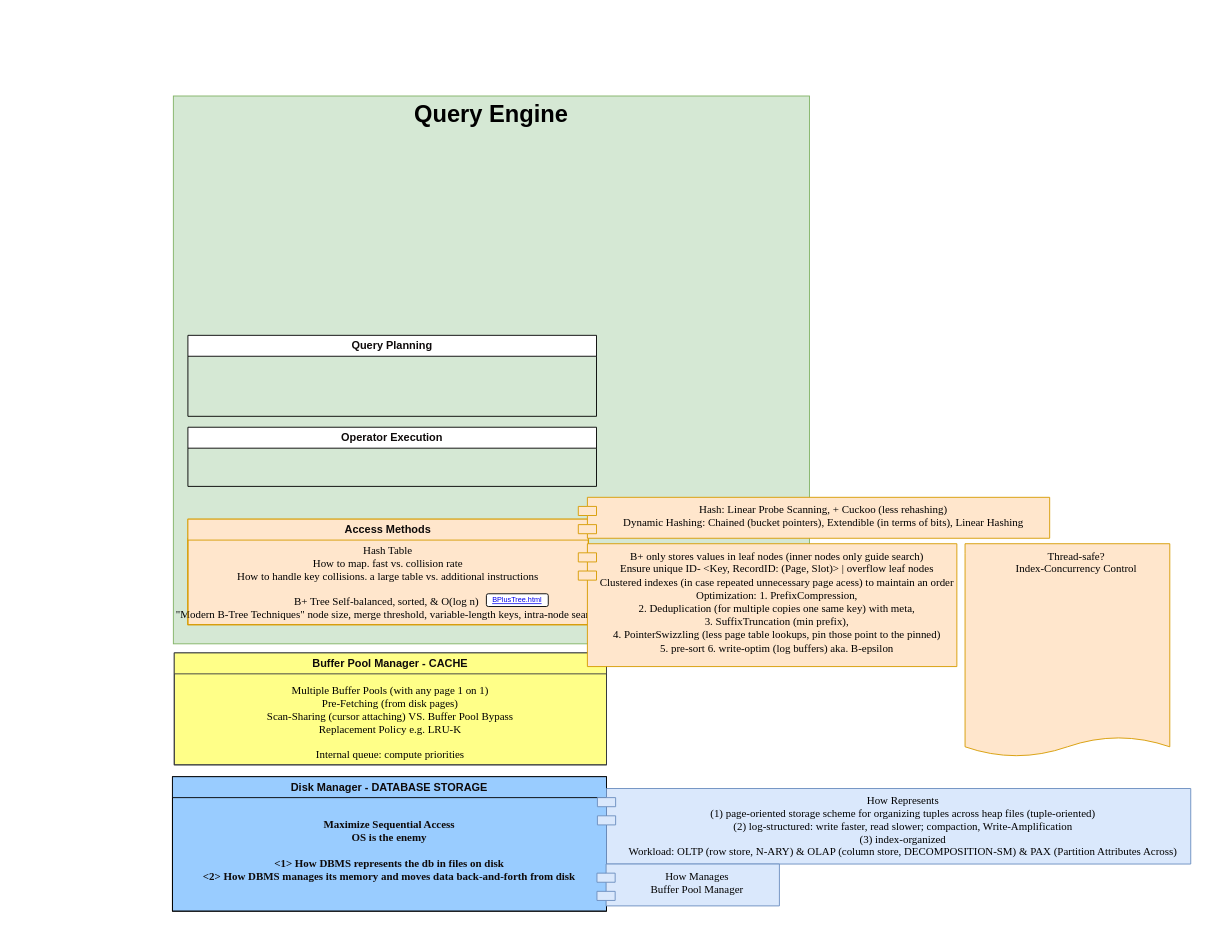
Above: diagram/course.drawio in Guo-lab/15645-Database (draw.io), before the change. Source tidied: cells renumbered, new cells numbered last; positions are measured from the earlier drawing's top-left corner, leaving out a move shared by most shapes. Both pictures are drawn from the tidied source at 91%, with x=0, y=0 at pixel (172, 96).
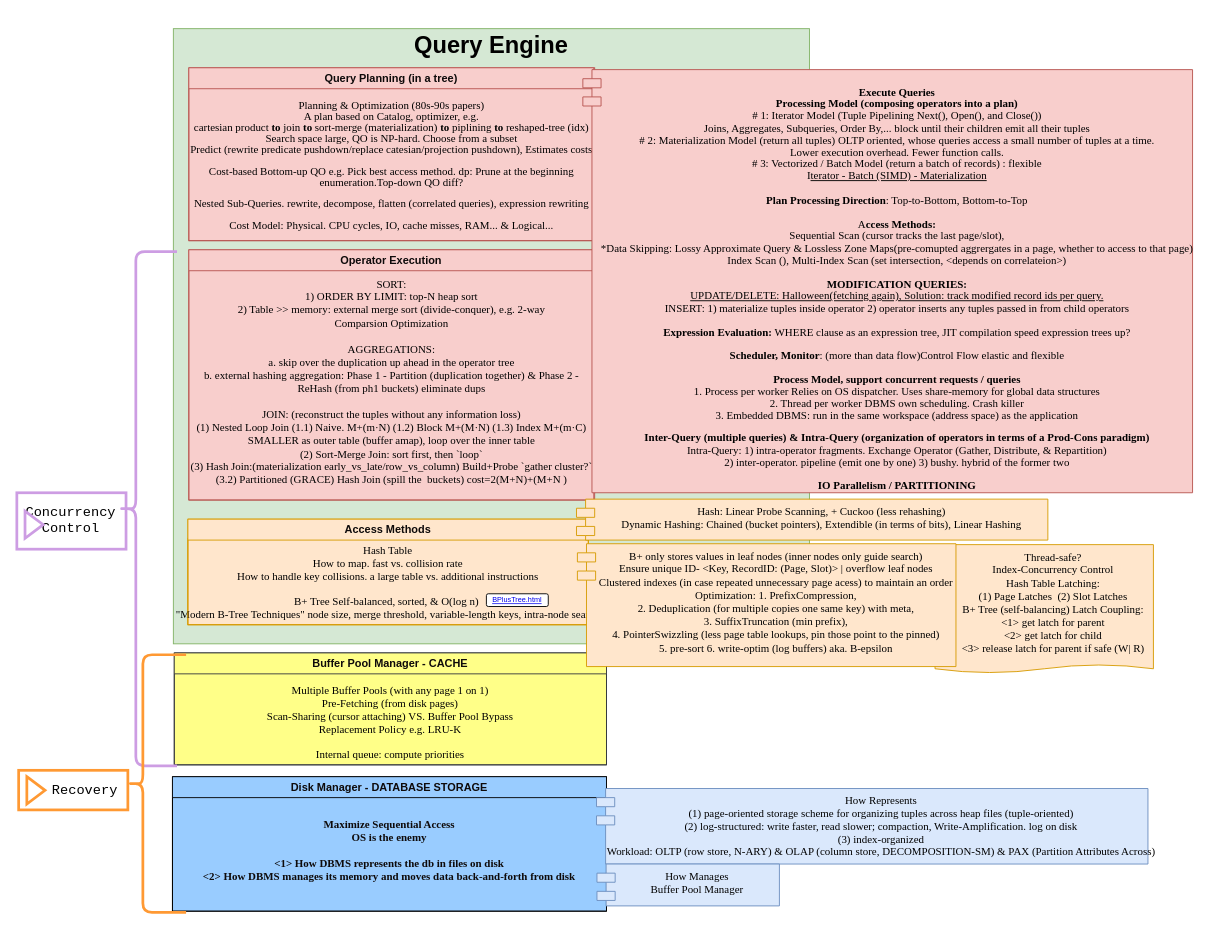
After the change.

Commit message (it also covers changes not shown here):
course watching to lec#14

The edit, as a diff of the source:
```diff
@@
+    <mxCell id="20" value="&lt;pre style=&quot;line-height: 50%;&quot;&gt;&lt;span style=&quot;&quot;&gt;&lt;font style=&quot;font-size: 15px;&quot;&gt;Concurrency &lt;/font&gt;&lt;/span&gt;&lt;/pre&gt;&lt;pre style=&quot;line-height: 50%;&quot;&gt;&lt;span style=&quot;&quot;&gt;&lt;font style=&quot;font-size: 15px;&quot;&gt;Control   &lt;/font&gt;&lt;/span&gt;&lt;/pre&gt;" style="html=1;whiteSpace=wrap;strokeColor=#CD9DE3;strokeWidth=3;fontSize=12;align=right;" parent="1" vertex="1">
+      <mxGeometry x="-171" y="436" width="120" height="62" as="geometry" />
+    </mxCell>
+    <mxCell id="21" style="triangle;html=1;whiteSpace=wrap;strokeColor=#CD9DE3;strokeWidth=3;fontSize=12;" parent="20" vertex="1">
+      <mxGeometry x="9" y="20.1" width="20" height="30" as="geometry" />
+    </mxCell>
+    <mxCell id="19" value="&lt;div style=&quot;&quot;&gt;&lt;span style=&quot;font-size: 12px; background-color: initial;&quot;&gt;Thread-safe?&lt;/span&gt;&lt;/div&gt;&lt;font style=&quot;font-size: 12px;&quot;&gt;&lt;div style=&quot;&quot;&gt;&lt;span style=&quot;background-color: initial;&quot;&gt;Index-Concurrency Control&lt;/span&gt;&lt;/div&gt;&lt;div style=&quot;&quot;&gt;&lt;span style=&quot;background-color: initial;&quot;&gt;Hash Table Latching:&lt;/span&gt;&lt;/div&gt;&lt;div style=&quot;&quot;&gt;&lt;span style=&quot;background-color: initial;&quot;&gt;(1) Page Latches&amp;nbsp; (2) Slot Latches&lt;/span&gt;&lt;/div&gt;&lt;div style=&quot;&quot;&gt;&lt;span style=&quot;background-color: initial;&quot;&gt;B+ Tree (self-balancing) Latch Coupling:&lt;/span&gt;&lt;/div&gt;&lt;div style=&quot;&quot;&gt;&lt;span style=&quot;background-color: initial;&quot;&gt;&amp;lt;1&amp;gt; get latch for parent&lt;/span&gt;&lt;/div&gt;&lt;div style=&quot;&quot;&gt;&lt;span style=&quot;background-color: initial;&quot;&gt;&amp;lt;2&amp;gt; get latch for child&lt;/span&gt;&lt;/div&gt;&lt;div style=&quot;&quot;&gt;&lt;span style=&quot;background-color: initial;&quot;&gt;&amp;lt;3&amp;gt; release latch for parent if safe (W| R)&lt;/span&gt;&lt;/div&gt;&lt;/font&gt;" style="shape=document;whiteSpace=wrap;html=1;boundedLbl=1;fontFamily=Times New Roman;verticalAlign=top;fillColor=#ffe6cc;strokeColor=#d79b00;spacingLeft=20;fontSize=8;size=0.06499389215564051;align=center;" parent="1" vertex="1">
+      <mxGeometry x="838" y="493" width="240" height="141" as="geometry" />
+    </mxCell>
-    <mxCell id="2" value="&lt;h1&gt;&lt;font face=&quot;Helvetica&quot;&gt;Query Engine&lt;/font&gt;&lt;/h1&gt;&lt;font face=&quot;Helvetica&quot;&gt;&lt;br&gt;&lt;br&gt;&lt;br&gt;&lt;br&gt;&lt;br&gt;&lt;br&gt;&lt;br&gt;&lt;br&gt;&lt;br&gt;&lt;br&gt;&lt;br&gt;&lt;br&gt;&lt;br&gt;&lt;br&gt;&lt;br&gt;&lt;br&gt;&lt;br&gt;&lt;br&gt;&lt;br&gt;&lt;br&gt;&lt;br&gt;&lt;br&gt;&lt;br&gt;&lt;br&gt;&lt;br&gt;&lt;br&gt;&lt;br&gt;&lt;br&gt;&lt;br&gt;&lt;br&gt;&lt;br&gt;&lt;br&gt;&lt;br&gt;&lt;br&gt;&lt;br&gt;&lt;br&gt;&lt;/font&gt;" style="rounded=0;whiteSpace=wrap;html=1;shadow=0;fontFamily=Times New Roman;fontSize=13;fillColor=#d5e8d4;strokeColor=#82b366;" parent="1" vertex="1">
-      <mxGeometry x="1" width="699" height="602" as="geometry" />
+    <mxCell id="2" value="&lt;h1&gt;&lt;font face=&quot;Helvetica&quot;&gt;Query Engine&lt;/font&gt;&lt;/h1&gt;&lt;font face=&quot;Helvetica&quot;&gt;&lt;br&gt;&lt;br&gt;&lt;br&gt;&lt;br&gt;&lt;br&gt;&lt;br&gt;&lt;br&gt;&lt;br&gt;&lt;br&gt;&lt;br&gt;&lt;br&gt;&lt;br&gt;&lt;br&gt;&lt;br&gt;&lt;br&gt;&lt;br&gt;&lt;br&gt;&lt;br&gt;&lt;br&gt;&lt;br&gt;&lt;br&gt;&lt;br&gt;&lt;br&gt;&lt;br&gt;&lt;br&gt;&lt;br&gt;&lt;br&gt;&lt;br&gt;&lt;br&gt;&lt;br&gt;&lt;br&gt;&lt;br&gt;&lt;br&gt;&lt;br&gt;&lt;br&gt;&lt;br&gt;&lt;br&gt;&lt;br&gt;&lt;br&gt;&lt;br&gt;&lt;br&gt;&lt;/font&gt;" style="rounded=0;whiteSpace=wrap;html=1;shadow=0;fontFamily=Times New Roman;fontSize=13;fillColor=#d5e8d4;strokeColor=#82b366;" parent="1" vertex="1">
+      <mxGeometry x="1" y="-74" width="699" height="676" as="geometry" />
     </mxCell>
-    <mxCell id="3" value="&lt;span style=&quot;caret-color: rgb(0, 0, 0); font-weight: 400; text-align: start;&quot; data-lucid-content=&quot;{&amp;quot;t&amp;quot;:&amp;quot;Operator Execution&amp;quot;,&amp;quot;m&amp;quot;:[{&amp;quot;s&amp;quot;:0,&amp;quot;n&amp;quot;:&amp;quot;a&amp;quot;,&amp;quot;v&amp;quot;:&amp;quot;left&amp;quot;},{&amp;quot;s&amp;quot;:0,&amp;quot;n&amp;quot;:&amp;quot;fc&amp;quot;,&amp;quot;v&amp;quot;:&amp;quot;Bold&amp;quot;,&amp;quot;e&amp;quot;:18},{&amp;quot;s&amp;quot;:0,&amp;quot;n&amp;quot;:&amp;quot;fid&amp;quot;,&amp;quot;v&amp;quot;:5,&amp;quot;e&amp;quot;:18},{&amp;quot;s&amp;quot;:0,&amp;quot;n&amp;quot;:&amp;quot;b&amp;quot;,&amp;quot;v&amp;quot;:true,&amp;quot;e&amp;quot;:18},{&amp;quot;s&amp;quot;:0,&amp;quot;n&amp;quot;:&amp;quot;s&amp;quot;,&amp;quot;v&amp;quot;:40,&amp;quot;e&amp;quot;:18},{&amp;quot;s&amp;quot;:0,&amp;quot;n&amp;quot;:&amp;quot;c&amp;quot;,&amp;quot;v&amp;quot;:&amp;quot;#0e0a0aff&amp;quot;,&amp;quot;e&amp;quot;:18}]}&quot;&gt;&lt;span style=&quot;font-weight: bold; color: rgb(14, 10, 10);&quot;&gt;&lt;font style=&quot;font-size: 12px;&quot;&gt;Operator Execution&lt;/font&gt;&lt;/span&gt;&lt;/span&gt;" style="swimlane;whiteSpace=wrap;html=1;" parent="1" vertex="1">
-      <mxGeometry x="17" y="364" width="449" height="65" as="geometry" />
-    </mxCell>
@@
-    <mxCell id="7" value="How Represents&#10;(1) page-oriented storage scheme for organizing tuples across heap files (tuple-oriented)&#10;(2) log-structured: write faster, read slower; compaction, Write-Amplification&#10;(3) index-organized&#10;Workload: OLTP (row store, N-ARY) &amp; OLAP (column store, DECOMPOSITION-SM) &amp; PAX (Partition Attributes Across)" style="shape=module;align=left;spacingLeft=20;align=center;verticalAlign=top;fontFamily=Times New Roman;fillColor=#dae8fc;strokeColor=#6c8ebf;" parent="1" vertex="1">
-      <mxGeometry x="467" y="761" width="652" height="83" as="geometry" />
+    <mxCell id="7" value="How Represents&#10;(1) page-oriented storage scheme for organizing tuples across heap files (tuple-oriented)&#10;(2) log-structured: write faster, read slower; compaction, Write-Amplification. log on disk&#10;(3) index-organized&#10;Workload: OLTP (row store, N-ARY) &amp; OLAP (column store, DECOMPOSITION-SM) &amp; PAX (Partition Attributes Across)" style="shape=module;align=left;spacingLeft=20;align=center;verticalAlign=top;fontFamily=Times New Roman;fillColor=#dae8fc;strokeColor=#6c8ebf;" parent="1" vertex="1">
+      <mxGeometry x="466" y="761" width="606" height="83" as="geometry" />
     </mxCell>
@@
-    <mxCell id="12" value="&lt;span style=&quot;caret-color: rgb(0, 0, 0); font-weight: 400; text-align: start;&quot; data-lucid-content=&quot;{&amp;quot;t&amp;quot;:&amp;quot;Operator Execution&amp;quot;,&amp;quot;m&amp;quot;:[{&amp;quot;s&amp;quot;:0,&amp;quot;n&amp;quot;:&amp;quot;a&amp;quot;,&amp;quot;v&amp;quot;:&amp;quot;left&amp;quot;},{&amp;quot;s&amp;quot;:0,&amp;quot;n&amp;quot;:&amp;quot;fc&amp;quot;,&amp;quot;v&amp;quot;:&amp;quot;Bold&amp;quot;,&amp;quot;e&amp;quot;:18},{&amp;quot;s&amp;quot;:0,&amp;quot;n&amp;quot;:&amp;quot;fid&amp;quot;,&amp;quot;v&amp;quot;:5,&amp;quot;e&amp;quot;:18},{&amp;quot;s&amp;quot;:0,&amp;quot;n&amp;quot;:&amp;quot;b&amp;quot;,&amp;quot;v&amp;quot;:true,&amp;quot;e&amp;quot;:18},{&amp;quot;s&amp;quot;:0,&amp;quot;n&amp;quot;:&amp;quot;s&amp;quot;,&amp;quot;v&amp;quot;:40,&amp;quot;e&amp;quot;:18},{&amp;quot;s&amp;quot;:0,&amp;quot;n&amp;quot;:&amp;quot;c&amp;quot;,&amp;quot;v&amp;quot;:&amp;quot;#0e0a0aff&amp;quot;,&amp;quot;e&amp;quot;:18}]}&quot;&gt;&lt;span style=&quot;font-weight: bold; color: rgb(14, 10, 10);&quot;&gt;&lt;font style=&quot;font-size: 12px;&quot;&gt;Query Planning&lt;/font&gt;&lt;/span&gt;&lt;/span&gt;" style="swimlane;whiteSpace=wrap;html=1;" parent="1" vertex="1">
-      <mxGeometry x="17" y="263" width="449" height="89" as="geometry" />
-    </mxCell>
@@
+    <mxCell id="18" value="B+ only stores values in leaf nodes (inner nodes only guide search)&lt;br&gt;Ensure unique ID- &amp;lt;Key, RecordID: (Page, Slot)&amp;gt; | overflow leaf nodes&lt;br&gt;Clustered indexes (in case repeated unnecessary page acess) to maintain an order&lt;br&gt;Optimization: 1. PrefixCompression, &lt;br&gt;2. Deduplication (for multiple copies one same key) with meta,&lt;br&gt;3. SuffixTruncation (min prefix), &lt;br&gt;4. PointerSwizzling (less page table lookups, pin those point to the pinned) &lt;br&gt;5. pre-sort 6. write-optim (log buffers) aka. B-epsilon" style="shape=module;align=left;spacingLeft=20;align=center;verticalAlign=top;fontFamily=Times New Roman;fillColor=#ffe6cc;strokeColor=#d79b00;html=1;" parent="1" vertex="1">
+      <mxGeometry x="445" y="492" width="416" height="135" as="geometry" />
+    </mxCell>
+    <mxCell id="22" style="group;" parent="1" vertex="1">
+      <mxGeometry x="18" y="169" width="446" height="275" as="geometry" />
+    </mxCell>
+    <mxCell id="23" value="&lt;font face=&quot;Times New Roman&quot;&gt;&lt;br&gt;SORT:&lt;br&gt;1) ORDER BY LIMIT: top-N heap sort&lt;br&gt;2) Table &amp;gt;&amp;gt; memory: external merge sort (divide-conquer), e.g. 2-way&lt;br&gt;Comparsion Optimization&lt;br&gt;&lt;br&gt;AGGREGATIONS:&lt;br&gt;a. skip over the duplication up ahead in the operator tree&lt;br&gt;b. external hashing aggregation: Phase 1 - Partition (duplication together) &amp;amp; Phase 2 - ReHash (from ph1 buckets) eliminate dups&lt;br&gt;&lt;br&gt;&lt;/font&gt;&lt;span style=&quot;font-family: &amp;quot;Times New Roman&amp;quot;;&quot;&gt;JOIN: (reconstruct the tuples without any information loss)&lt;br&gt;&lt;/span&gt;&lt;font face=&quot;Times New Roman&quot;&gt;(1) Nested Loop Join (1.1) Naive. M+(m·N) (1.2) Block&amp;nbsp;&lt;/font&gt;&lt;span style=&quot;font-family: &amp;quot;Times New Roman&amp;quot;;&quot;&gt;M+(M·N) (1.3) Index&amp;nbsp;&lt;/span&gt;&lt;span style=&quot;font-family: &amp;quot;Times New Roman&amp;quot;;&quot;&gt;M+(m·C)&lt;br&gt;&lt;/span&gt;&lt;font face=&quot;Times New Roman&quot;&gt;SMALLER as outer table (buffer amap), loop over the inner table&lt;br&gt;(2) Sort-Merge Join: sort first, then `loop`&lt;br&gt;(3) Hash Join:(materialization early_vs_late/&lt;/font&gt;&lt;span style=&quot;font-family: &amp;quot;Times New Roman&amp;quot;;&quot;&gt;row_&lt;/span&gt;&lt;font face=&quot;Times New Roman&quot;&gt;vs_c&lt;/font&gt;&lt;span style=&quot;font-family: &amp;quot;Times New Roman&amp;quot;;&quot;&gt;olumn&lt;/span&gt;&lt;font face=&quot;Times New Roman&quot;&gt;) Build+Probe `gather cluster?`&lt;br&gt;(3.2) Partitioned (GRACE) Hash Join (spill the&amp;nbsp; buckets) cost=2(M+N)+(M+N )&lt;br&gt;&lt;/font&gt;" style="rounded=0;whiteSpace=wrap;html=1;glass=0;sketch=0;fillColor=#f8cecc;strokeColor=#b85450;" parent="22" vertex="1">
+      <mxGeometry width="446" height="275" as="geometry" />
+    </mxCell>
+    <mxCell id="3" value="&lt;span style=&quot;caret-color: rgb(0, 0, 0); font-weight: 400; text-align: start;&quot; data-lucid-content=&quot;{&amp;quot;t&amp;quot;:&amp;quot;Operator Execution&amp;quot;,&amp;quot;m&amp;quot;:[{&amp;quot;s&amp;quot;:0,&amp;quot;n&amp;quot;:&amp;quot;a&amp;quot;,&amp;quot;v&amp;quot;:&amp;quot;left&amp;quot;},{&amp;quot;s&amp;quot;:0,&amp;quot;n&amp;quot;:&amp;quot;fc&amp;quot;,&amp;quot;v&amp;quot;:&amp;quot;Bold&amp;quot;,&amp;quot;e&amp;quot;:18},{&amp;quot;s&amp;quot;:0,&amp;quot;n&amp;quot;:&amp;quot;fid&amp;quot;,&amp;quot;v&amp;quot;:5,&amp;quot;e&amp;quot;:18},{&amp;quot;s&amp;quot;:0,&amp;quot;n&amp;quot;:&amp;quot;b&amp;quot;,&amp;quot;v&amp;quot;:true,&amp;quot;e&amp;quot;:18},{&amp;quot;s&amp;quot;:0,&amp;quot;n&amp;quot;:&amp;quot;s&amp;quot;,&amp;quot;v&amp;quot;:40,&amp;quot;e&amp;quot;:18},{&amp;quot;s&amp;quot;:0,&amp;quot;n&amp;quot;:&amp;quot;c&amp;quot;,&amp;quot;v&amp;quot;:&amp;quot;#0e0a0aff&amp;quot;,&amp;quot;e&amp;quot;:18}]}&quot;&gt;&lt;span style=&quot;font-weight: bold; color: rgb(14, 10, 10);&quot;&gt;&lt;font style=&quot;font-size: 12px;&quot;&gt;Operator Execution&lt;/font&gt;&lt;/span&gt;&lt;/span&gt;" style="swimlane;whiteSpace=wrap;html=1;fillColor=#f8cecc;strokeColor=#b85450;rounded=0;glass=0;" parent="22" vertex="1">
+      <mxGeometry width="445" height="275" as="geometry" />
+    </mxCell>
+    <mxCell id="24" style="group;" parent="1" vertex="1">
+      <mxGeometry x="18" y="-31" width="446" height="190" as="geometry" />
+    </mxCell>
+    <mxCell id="25" value="&lt;p style=&quot;line-height: 100%;&quot;&gt;&lt;font face=&quot;Times New Roman&quot;&gt;&lt;br&gt;&lt;br&gt;Planning &amp;amp; Optimization (80s-90s papers)&lt;br&gt;A plan based on Catalog, optimizer, e.g. &lt;br&gt;cartesian product &lt;b&gt;to&lt;/b&gt; join &lt;b&gt;to&lt;/b&gt; sort-merge (materialization) &lt;b&gt;to &lt;/b&gt;piplining &lt;b&gt;to &lt;/b&gt;reshaped-tree (idx)&lt;br&gt;Search space large, QO is NP-hard. Choose from a subset&lt;br&gt;Predict (rewrite predicate pushdown/replace catesian/projection pushdown), Estimates costs&lt;br&gt;&lt;br&gt;Cost-based Bottom-up QO e.g. Pick best access method. dp: Prune at the beginning&lt;br&gt;enumeration.Top-down QO diff?&lt;/font&gt;&lt;/p&gt;&lt;p style=&quot;line-height: 100%;&quot;&gt;&lt;font face=&quot;Times New Roman&quot;&gt;Nested Sub-Queries. rewrite, decompose, flatten (correlated queries), expression rewriting&lt;br&gt;&lt;/font&gt;&lt;/p&gt;&lt;p style=&quot;line-height: 100%;&quot;&gt;&lt;font face=&quot;Times New Roman&quot;&gt;Cost Model: Physical. CPU cycles, IO, cache misses, RAM... &amp;amp; Logical...&lt;/font&gt;&lt;/p&gt;" style="rounded=0;whiteSpace=wrap;html=1;glass=0;sketch=0;fillColor=#f8cecc;strokeColor=#b85450;" parent="24" vertex="1">
+      <mxGeometry width="446" height="190" as="geometry" />
+    </mxCell>
+    <mxCell id="26" value="&lt;span style=&quot;color: rgb(14, 10, 10); text-align: start; caret-color: rgb(0, 0, 0);&quot;&gt;Query Planning (in a tree)&lt;/span&gt;" style="swimlane;whiteSpace=wrap;html=1;fillColor=#f8cecc;strokeColor=#b85450;rounded=0;glass=0;" parent="24" vertex="1">
+      <mxGeometry width="445" height="190" as="geometry" />
+    </mxCell>
+    <mxCell id="27" value="Hash: Linear Probe Scanning, + Cuckoo (less rehashing)&lt;br&gt;Dynamic Hashing: Chained (bucket pointers), Extendible (in terms of bits), Linear Hashing" style="shape=module;align=left;spacingLeft=20;align=center;verticalAlign=top;fontFamily=Times New Roman;fillColor=#ffe6cc;strokeColor=#d79b00;html=1;" parent="1" vertex="1">
+      <mxGeometry x="444" y="443" width="518" height="45" as="geometry" />
+    </mxCell>
-    <mxCell id="17" value="Hash: Linear Probe Scanning, + Cuckoo (less rehashing)&lt;br&gt;Dynamic Hashing: Chained (bucket pointers), Extendible (in terms of bits), Linear Hashing" style="shape=module;align=left;spacingLeft=20;align=center;verticalAlign=top;fontFamily=Times New Roman;fillColor=#ffe6cc;strokeColor=#d79b00;html=1;" parent="1" vertex="1">
-      <mxGeometry x="446" y="441" width="518" height="45" as="geometry" />
+    <mxCell id="17" value="&lt;p style=&quot;line-height: 110%;&quot;&gt;&lt;b&gt;Execute Queries&lt;/b&gt;&lt;br&gt;&lt;b&gt;Processing Model (composing operators into a plan)&lt;/b&gt;&lt;br&gt;# 1: Iterator Model (Tuple Pipelining Next(), Open(), and Close())&lt;br&gt;&lt;span style=&quot;&quot;&gt;&#9;&lt;/span&gt;&lt;span style=&quot;&quot;&gt;&#9;&lt;/span&gt;&lt;span style=&quot;&quot;&gt;&#9;&lt;/span&gt;&lt;span style=&quot;&quot;&gt;&#9;&lt;/span&gt;&lt;span style=&quot;&quot;&gt;&#9;&lt;/span&gt;Joins, Aggregates, Subqueries, Order By,... block until their children emit all their tuples&lt;br&gt;# 2: Materialization Model (return all tuples) OLTP oriented, whose queries access a small number of tuples at a time.&lt;br&gt;Lower execution overhead. Fewer function calls.&lt;br&gt;# 3: Vectorized / Batch Model (return a batch of records) : flexible&lt;br&gt;I&lt;u&gt;terator - Batch (SIMD) - Materialization&lt;/u&gt;&lt;br&gt;&lt;br&gt;&lt;b&gt;Plan Processing Direction&lt;/b&gt;: Top-to-Bottom, Bottom-to-Top&lt;br&gt;&lt;br&gt;A&lt;b&gt;ccess Methods: &lt;/b&gt;&lt;br&gt;Sequential Scan (cursor tracks the last page/slot), &lt;br&gt;*Data Skipping: Lossy Approximate Query &amp;amp; Lossless Zone Maps(pre-comupted aggrergates in a page, whether to access to that page)&lt;br&gt;Index Scan (), Multi-Index Scan (set intersection, &amp;lt;depends on correlateion&amp;gt;)&lt;br&gt;&lt;br&gt;&lt;b&gt;MODIFICATION QUERIES:&lt;/b&gt;&lt;br&gt;&lt;u&gt;UPDATE/DELETE: Halloween(fetching again), Solution: track modified record ids per query.&lt;/u&gt;&lt;br&gt;INSERT: 1) materialize tuples inside operator 2) operator inserts any tuples passed in from child operators&lt;br&gt;&lt;br&gt;&lt;b&gt;Expression Evaluation:&lt;/b&gt; WHERE clause as an expression tree, JIT compilation speed expression trees up?&lt;br&gt;&lt;br&gt;&lt;b&gt;Scheduler, Monitor&lt;/b&gt;: (more than data flow)Control Flow elastic and flexible&lt;br&gt;&lt;/p&gt;&lt;p style=&quot;line-height: 110%;&quot;&gt;&lt;b&gt;Process Model, support concurrent requests / queries&lt;/b&gt;&lt;br&gt;1. Process per worker Relies on OS dispatcher. Uses share-memory for global data structures&lt;br&gt;&lt;span style=&quot;background-color: initial;&quot;&gt;2. Thread per worker DBMS own scheduling. Crash killer&lt;br&gt;3. Embedded DBMS: run in the same workspace (address space) as the application&lt;/span&gt;&lt;/p&gt;&lt;p style=&quot;line-height: 110%;&quot;&gt;&lt;b&gt;Inter-Query (multiple queries) &amp;amp; Intra-Query (organization of operators in terms of a Prod-Cons paradigm)&lt;/b&gt;&lt;br&gt;Intra-Query: 1) intra-operator fragments. Exchange Operator (Gather, Distribute, &amp;amp; Repartition)&lt;br&gt;2) inter-operator. pipeline (emit one by one) 3) bushy. hybrid of the former two&lt;/p&gt;&lt;p style=&quot;line-height: 110%;&quot;&gt;&lt;b&gt;IO Parallelism / PARTITIONING&lt;/b&gt;&lt;/p&gt;&lt;p style=&quot;line-height: 110%;&quot;&gt;&lt;b&gt;&lt;br&gt;&lt;/b&gt;&lt;/p&gt;" style="shape=module;align=left;spacingLeft=20;align=center;verticalAlign=top;fontFamily=Times New Roman;fillColor=#f8cecc;strokeColor=#b85450;html=1;" parent="1" vertex="1">
+      <mxGeometry x="451" y="-29" width="670" height="465" as="geometry" />
     </mxCell>
-    <mxCell id="18" value="B+ only stores values in leaf nodes (inner nodes only guide search)&lt;br&gt;Ensure unique ID- &amp;lt;Key, RecordID: (Page, Slot)&amp;gt; | overflow leaf nodes&lt;br&gt;Clustered indexes (in case repeated unnecessary page acess) to maintain an order&lt;br&gt;Optimization: 1. PrefixCompression, &lt;br&gt;2. Deduplication (for multiple copies one same key) with meta,&lt;br&gt;3. SuffixTruncation (min prefix), &lt;br&gt;4. PointerSwizzling (less page table lookups, pin those point to the pinned) &lt;br&gt;5. pre-sort 6. write-optim (log buffers) aka. B-epsilon" style="shape=module;align=left;spacingLeft=20;align=center;verticalAlign=top;fontFamily=Times New Roman;fillColor=#ffe6cc;strokeColor=#d79b00;html=1;" parent="1" vertex="1">
-      <mxGeometry x="446" y="492" width="416" height="135" as="geometry" />
-    </mxCell>
-    <mxCell id="19" value="&lt;font style=&quot;font-size: 12px;&quot;&gt;Thread-safe?&lt;br&gt;Index-Concurrency Control&lt;br&gt;&lt;/font&gt;" style="shape=document;whiteSpace=wrap;html=1;boundedLbl=1;fontFamily=Times New Roman;verticalAlign=top;fillColor=#ffe6cc;strokeColor=#d79b00;spacingLeft=20;fontSize=8;size=0.0925767872941939;" parent="1" vertex="1">
-      <mxGeometry x="871" y="492" width="225" height="234" as="geometry" />
-    </mxCell>
+    <mxCell id="28" style="shape=curlyBracket;whiteSpace=wrap;html=1;rounded=1;flipH=1;labelPosition=right;verticalLabelPosition=middle;align=left;verticalAlign=middle;fontSize=12;size=0.2931232452392538;rotation=-180;fillColor=#e1d5e7;strokeColor=#CD9DE3;strokeWidth=3;" parent="1" vertex="1">
+      <mxGeometry x="-59" y="171" width="64" height="565" as="geometry" />
+    </mxCell>
+    <mxCell id="29" style="shape=curlyBracket;whiteSpace=wrap;html=1;rounded=1;flipH=1;labelPosition=right;verticalLabelPosition=middle;align=left;verticalAlign=middle;fontSize=12;size=0.25761188160289406;rotation=-180;fillColor=#e1d5e7;strokeColor=#FF9933;strokeWidth=3;" parent="1" vertex="1">
+      <mxGeometry x="-49" y="614" width="64" height="283" as="geometry" />
+    </mxCell>
+    <mxCell id="30" value="&lt;pre style=&quot;line-height: 50%;&quot;&gt;&lt;span style=&quot;font-size: 15px;&quot;&gt;Recovery &lt;/span&gt;&lt;/pre&gt;" style="html=1;whiteSpace=wrap;strokeColor=#FF9933;strokeWidth=3;fontSize=12;align=right;" parent="1" vertex="1">
+      <mxGeometry x="-169" y="741" width="120" height="43.5" as="geometry" />
+    </mxCell>
+    <mxCell id="31" style="triangle;html=1;whiteSpace=wrap;strokeColor=#FF9933;strokeWidth=3;fontSize=12;" parent="30" vertex="1">
+      <mxGeometry x="9" y="7" width="20" height="30" as="geometry" />
+    </mxCell>
```
